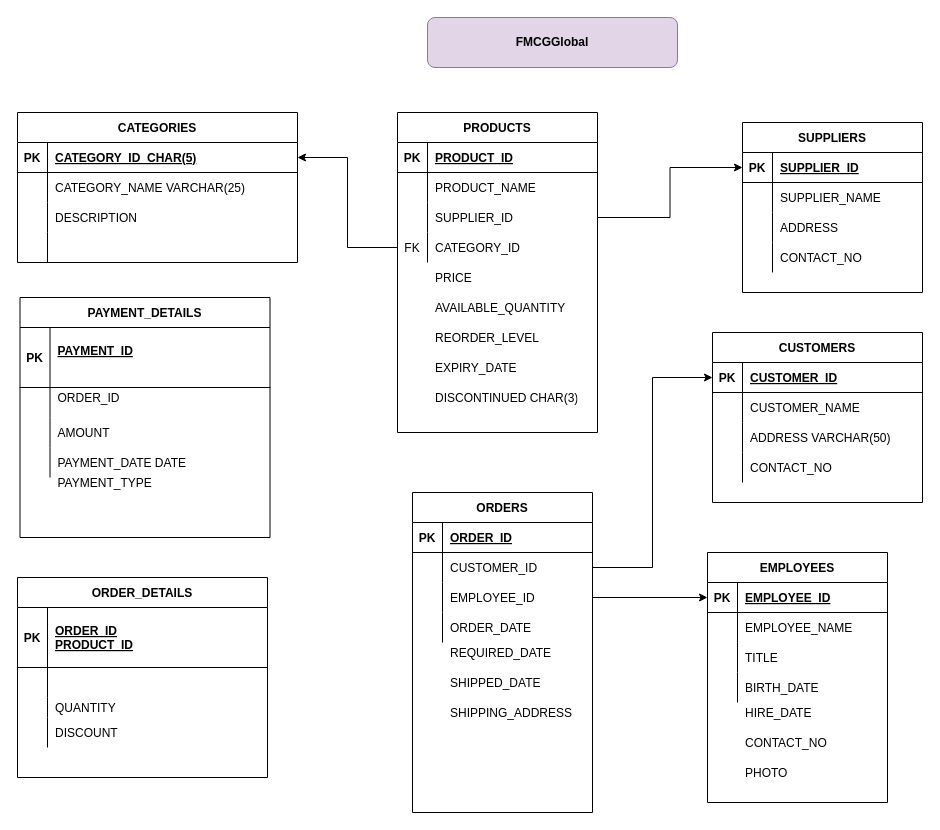
This is page "PROJECT" (1 of 9) of JAVA/java bot.drawio from GH1BHARATH/liveJFSGIT, a draw.io file, before an edit. Source tidied: cells renumbered, new cells numbered last; positions are measured from the earlier drawing's top-left corner, leaving out a move shared by most shapes. Both pictures are drawn from the tidied source at 100%, with x=0, y=0 at pixel (17, 17).
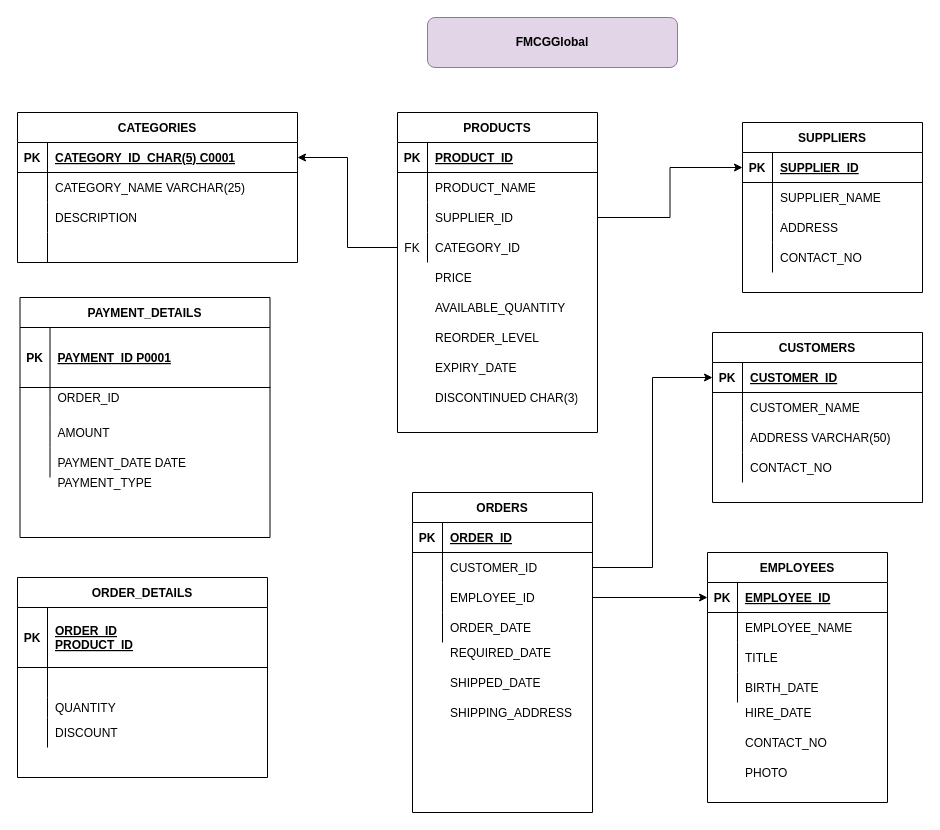
After the change.

The change refers to these unchanged cells:
```xml
<mxCell id="51" style="shape=partialRectangle;fillColor=none;top=0;left=0;bottom=1;right=0;points=[[0,0.5],[1,0.5]];portConstraint=eastwest;" parent="50" vertex="1">
  <mxGeometry y="30" width="280" height="30" as="geometry" />
</mxCell>
<mxCell id="110" style="shape=partialRectangle;fillColor=none;top=0;left=0;bottom=1;right=0;" parent="109" vertex="1">
  <mxGeometry y="30" width="250" height="60" as="geometry" />
</mxCell>
```

The edit, as a diff of the source:
```diff
@@
-    <mxCell id="53" value="CATEGORY_ID  CHAR(5)" style="shape=partialRectangle;fillColor=none;top=0;left=0;bottom=0;right=0;align=left;spacingLeft=6;fontStyle=5;overflow=hidden;" parent="51" vertex="1">
+    <mxCell id="53" value="CATEGORY_ID  CHAR(5) C0001" style="shape=partialRectangle;fillColor=none;top=0;left=0;bottom=0;right=0;align=left;spacingLeft=6;fontStyle=5;overflow=hidden;" parent="51" vertex="1">
       <mxGeometry x="30" width="250" height="30" as="geometry" />
     </mxCell>
@@
-    <mxCell id="112" value="PAYMENT_ID&#10;" style="shape=partialRectangle;fillColor=none;top=0;left=0;bottom=0;right=0;align=left;spacingLeft=6;fontStyle=5;overflow=hidden;" parent="110" vertex="1">
+    <mxCell id="112" value="PAYMENT_ID P0001" style="shape=partialRectangle;fillColor=none;top=0;left=0;bottom=0;right=0;align=left;spacingLeft=6;fontStyle=5;overflow=hidden;" parent="110" vertex="1">
       <mxGeometry x="30" width="220" height="60" as="geometry" />
     </mxCell>
```
